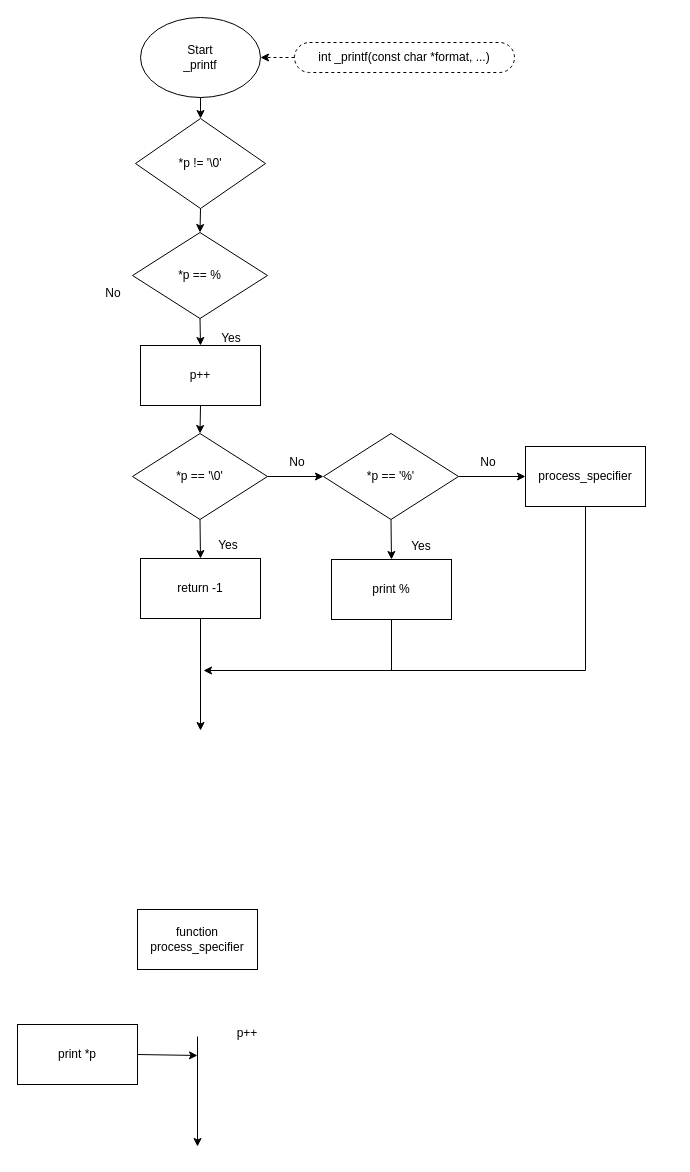
This is printf/Diagramme sans nom.drawio from bisoukeiko/holbertonschool-low_level_programming, a draw.io file, before an edit. Source tidied: cells renumbered, new cells numbered last; positions are measured from the earlier drawing's top-left corner, leaving out a move shared by most shapes. Both pictures are drawn from the tidied source at 100%, with x=0, y=0 at pixel (17, 17).
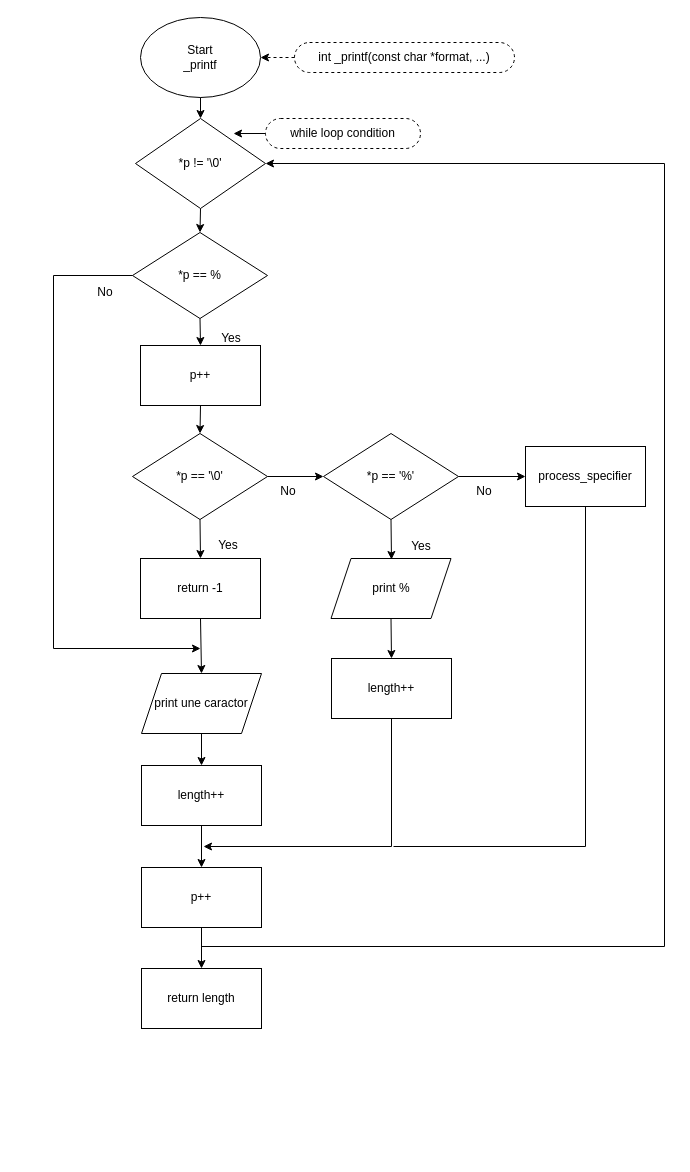
Above is the later version.

Commit message:
Mettre à jour Diagramme sans nom.drawio

Unchanged cells that the change refers to:
```xml
<mxCell id="3" value="*p != '\0'" style="rhombus;whiteSpace=wrap;html=1;" parent="1" vertex="1">
  <mxGeometry x="118" y="101" width="130" height="90" as="geometry" />
</mxCell>
<mxCell id="4" value="*p == %" style="rhombus;whiteSpace=wrap;html=1;" parent="1" vertex="1">
  <mxGeometry x="115" y="215" width="135" height="86" as="geometry" />
</mxCell>
<mxCell id="15" value="return -1" style="rounded=0;whiteSpace=wrap;html=1;" parent="1" vertex="1">
  <mxGeometry x="123" y="541" width="120" height="60" as="geometry" />
</mxCell>
<mxCell id="21" value="*p == '%'" style="rhombus;whiteSpace=wrap;html=1;" parent="1" vertex="1">
  <mxGeometry x="306" y="416" width="135" height="86" as="geometry" />
</mxCell>
<mxCell id="26" value="process_specifier" style="rounded=0;whiteSpace=wrap;html=1;" parent="1" vertex="1">
  <mxGeometry x="508" y="429" width="120" height="60" as="geometry" />
</mxCell>
```

Change to the diagram source:
```diff
@@
-<mxGraphModel>
+<mxGraphModel background="#ffffff">
@@
-    <mxCell id="5" value="&lt;div&gt;function&lt;/div&gt;&lt;div&gt;process_specifier&lt;br&gt;&lt;/div&gt;" style="rounded=0;whiteSpace=wrap;html=1;" parent="1" vertex="1">
-      <mxGeometry x="120" y="892" width="120" height="60" as="geometry" />
-    </mxCell>
@@
-    <mxCell id="9" value="print *p" style="rounded=0;whiteSpace=wrap;html=1;" parent="1" vertex="1">
-      <mxGeometry y="1007" width="120" height="60" as="geometry" />
-    </mxCell>
     <mxCell id="10" value="No" style="text;html=1;align=center;verticalAlign=middle;whiteSpace=wrap;rounded=0;" parent="1" vertex="1">
-      <mxGeometry x="66" y="261" width="60" height="30" as="geometry" />
+      <mxGeometry x="58" y="260" width="60" height="30" as="geometry" />
     </mxCell>
@@
-    <mxCell id="12" style="endArrow=classic;html=1;rounded=0;exitX=1;exitY=0.5;exitDx=0;exitDy=0;" parent="1" edge="1" source="9">
-      <mxGeometry relative="1" as="geometry">
-        <mxPoint x="180" y="1038" as="targetPoint" />
-      </mxGeometry>
-    </mxCell>
-    <mxCell id="13" style="endArrow=classic;html=1;rounded=0;" parent="1" edge="1">
-      <mxGeometry relative="1" as="geometry">
-        <mxPoint x="180" y="1019" as="sourcePoint" />
-        <mxPoint x="180" y="1129" as="targetPoint" />
-      </mxGeometry>
+    <mxCell id="13" style="endArrow=classic;html=1;rounded=0;exitX=0.5;exitY=1;exitDx=0;exitDy=0;" parent="1" edge="1" source="44" target="19">
+      <mxGeometry relative="1" as="geometry" />
     </mxCell>
@@
-    <mxCell id="19" value="p++" style="text;html=1;align=center;verticalAlign=middle;whiteSpace=wrap;rounded=0;" parent="1" vertex="1">
-      <mxGeometry x="200" y="1001" width="60" height="30" as="geometry" />
-    </mxCell>
-    <mxCell id="20" value="print %" style="rounded=0;whiteSpace=wrap;html=1;" parent="1" vertex="1">
-      <mxGeometry x="314" y="542" width="120" height="60" as="geometry" />
-    </mxCell>
@@
     <mxCell id="22" value="No" style="text;html=1;align=center;verticalAlign=middle;whiteSpace=wrap;rounded=0;" parent="1" vertex="1">
-      <mxGeometry x="250" y="430" width="60" height="30" as="geometry" />
+      <mxGeometry x="241" y="459" width="60" height="30" as="geometry" />
     </mxCell>
-    <mxCell id="23" style="endArrow=classic;html=1;rounded=0;exitX=0.5;exitY=1;exitDx=0;exitDy=0;entryX=0.5;entryY=0;entryDx=0;entryDy=0;" parent="1" edge="1" source="21" target="20">
-      <mxGeometry relative="1" as="geometry" />
+    <mxCell id="23" style="endArrow=classic;html=1;rounded=0;exitX=0.5;exitY=1;exitDx=0;exitDy=0;entryX=0.5;entryY=0;entryDx=0;entryDy=0;" parent="1" edge="1" source="21">
+      <mxGeometry relative="1" as="geometry">
+        <mxPoint x="374" y="542" as="targetPoint" />
+      </mxGeometry>
     </mxCell>
@@
     <mxCell id="28" value="No" style="text;html=1;align=center;verticalAlign=middle;whiteSpace=wrap;rounded=0;" parent="1" vertex="1">
-      <mxGeometry x="441" y="430" width="60" height="30" as="geometry" />
+      <mxGeometry x="437" y="459" width="60" height="30" as="geometry" />
     </mxCell>
-    <mxCell id="29" style="endArrow=classic;html=1;rounded=0;exitX=0.5;exitY=1;exitDx=0;exitDy=0;" parent="1" edge="1" source="15">
-      <mxGeometry relative="1" as="geometry">
-        <mxPoint x="183" y="713" as="targetPoint" />
-      </mxGeometry>
+    <mxCell id="29" style="endArrow=classic;html=1;rounded=0;exitX=0.5;exitY=1;exitDx=0;exitDy=0;entryX=0.5;entryY=0;entryDx=0;entryDy=0;" parent="1" edge="1" source="15" target="36">
+      <mxGeometry relative="1" as="geometry" />
     </mxCell>
-    <mxCell id="30" style="endArrow=classic;html=1;rounded=0;exitX=0.5;exitY=1;exitDx=0;exitDy=0;" parent="1" edge="1" source="20">
+    <mxCell id="30" style="endArrow=classic;html=1;rounded=0;exitX=0.5;exitY=1;exitDx=0;exitDy=0;" parent="1" edge="1" source="42">
       <mxGeometry relative="1" as="geometry">
-        <mxPoint x="186" y="653" as="targetPoint" />
+        <mxPoint x="186" y="829" as="targetPoint" />
         <Array as="points">
-          <mxPoint x="374" y="653" />
+          <mxPoint x="374" y="829" />
         </Array>
       </mxGeometry>
     </mxCell>
     <mxCell id="31" style="endArrow=none;html=1;rounded=0;entryX=0.5;entryY=1;entryDx=0;entryDy=0;" parent="1" edge="1" target="26">
       <mxGeometry relative="1" as="geometry">
-        <mxPoint x="366" y="653" as="sourcePoint" />
+        <mxPoint x="376" y="829" as="sourcePoint" />
         <Array as="points">
-          <mxPoint x="568" y="653" />
+          <mxPoint x="568" y="829" />
         </Array>
       </mxGeometry>
     </mxCell>
@@
+    <mxCell id="35" style="endArrow=classic;html=1;rounded=0;exitX=0;exitY=0.5;exitDx=0;exitDy=0;" parent="1" edge="1" source="4">
+      <mxGeometry relative="1" as="geometry">
+        <mxPoint x="183" y="631" as="targetPoint" />
+        <Array as="points">
+          <mxPoint x="36" y="258" />
+          <mxPoint x="36" y="631" />
+        </Array>
+      </mxGeometry>
+    </mxCell>
+    <mxCell id="20" value="print %" style="shape=parallelogram;perimeter=parallelogramPerimeter;whiteSpace=wrap;html=1;fixedSize=1;" parent="1" vertex="1">
+      <mxGeometry x="313.5" y="541" width="120" height="60" as="geometry" />
+    </mxCell>
+    <mxCell id="36" value="print une caractor" style="shape=parallelogram;perimeter=parallelogramPerimeter;whiteSpace=wrap;html=1;fixedSize=1;" parent="1" vertex="1">
+      <mxGeometry x="124" y="656" width="120" height="60" as="geometry" />
+    </mxCell>
+    <mxCell id="19" value="p++" style="rounded=0;whiteSpace=wrap;html=1;" parent="1" vertex="1">
+      <mxGeometry x="124" y="850" width="120" height="60" as="geometry" />
+    </mxCell>
+    <mxCell id="37" value="return length" style="rounded=0;whiteSpace=wrap;html=1;" parent="1" vertex="1">
+      <mxGeometry x="124" y="951" width="120" height="60" as="geometry" />
+    </mxCell>
+    <mxCell id="38" style="endArrow=classic;html=1;rounded=0;exitX=0.5;exitY=1;exitDx=0;exitDy=0;entryX=0.5;entryY=0;entryDx=0;entryDy=0;" parent="1" edge="1" source="19" target="37">
+      <mxGeometry relative="1" as="geometry" />
+    </mxCell>
+    <mxCell id="39" style="endArrow=classic;html=1;rounded=0;entryX=1;entryY=0.5;entryDx=0;entryDy=0;" parent="1" edge="1" target="3">
+      <mxGeometry relative="1" as="geometry">
+        <mxPoint x="184" y="929" as="sourcePoint" />
+        <Array as="points">
+          <mxPoint x="647" y="929" />
+          <mxPoint x="647" y="146" />
+        </Array>
+      </mxGeometry>
+    </mxCell>
+    <mxCell id="40" value="while loop condition" style="whiteSpace=wrap;html=1;rounded=1;arcSize=50;align=center;verticalAlign=middle;strokeWidth=1;spacing=4;newEdgeStyle={&quot;edgeStyle&quot;:&quot;entityRelationEdgeStyle&quot;,&quot;startArrow&quot;:&quot;none&quot;,&quot;endArrow&quot;:&quot;none&quot;,&quot;segment&quot;:10,&quot;curved&quot;:1,&quot;sourcePerimeterSpacing&quot;:0,&quot;targetPerimeterSpacing&quot;:0};dashed=1;" parent="1" vertex="1">
+      <mxGeometry x="248" y="101" width="155" height="30" as="geometry" />
+    </mxCell>
+    <mxCell id="41" style="endArrow=classic;html=1;rounded=0;exitX=0;exitY=0.5;exitDx=0;exitDy=0;entryX=0.754;entryY=0.167;entryDx=0;entryDy=0;entryPerimeter=0;" parent="1" edge="1" source="40" target="3">
+      <mxGeometry relative="1" as="geometry" />
+    </mxCell>
+    <mxCell id="42" value="length++" style="rounded=0;whiteSpace=wrap;html=1;" parent="1" vertex="1">
+      <mxGeometry x="314" y="641" width="120" height="60" as="geometry" />
+    </mxCell>
+    <mxCell id="43" style="endArrow=classic;html=1;rounded=0;exitX=0.5;exitY=1;exitDx=0;exitDy=0;entryX=0.5;entryY=0;entryDx=0;entryDy=0;" parent="1" edge="1" source="20" target="42">
+      <mxGeometry relative="1" as="geometry" />
+    </mxCell>
+    <mxCell id="44" value="length++" style="rounded=0;whiteSpace=wrap;html=1;" parent="1" vertex="1">
+      <mxGeometry x="124" y="748" width="120" height="60" as="geometry" />
+    </mxCell>
+    <mxCell id="45" style="endArrow=classic;html=1;rounded=0;exitX=0.5;exitY=1;exitDx=0;exitDy=0;entryX=0.5;entryY=0;entryDx=0;entryDy=0;" parent="1" edge="1" source="36" target="44">
+      <mxGeometry relative="1" as="geometry" />
+    </mxCell>
```
